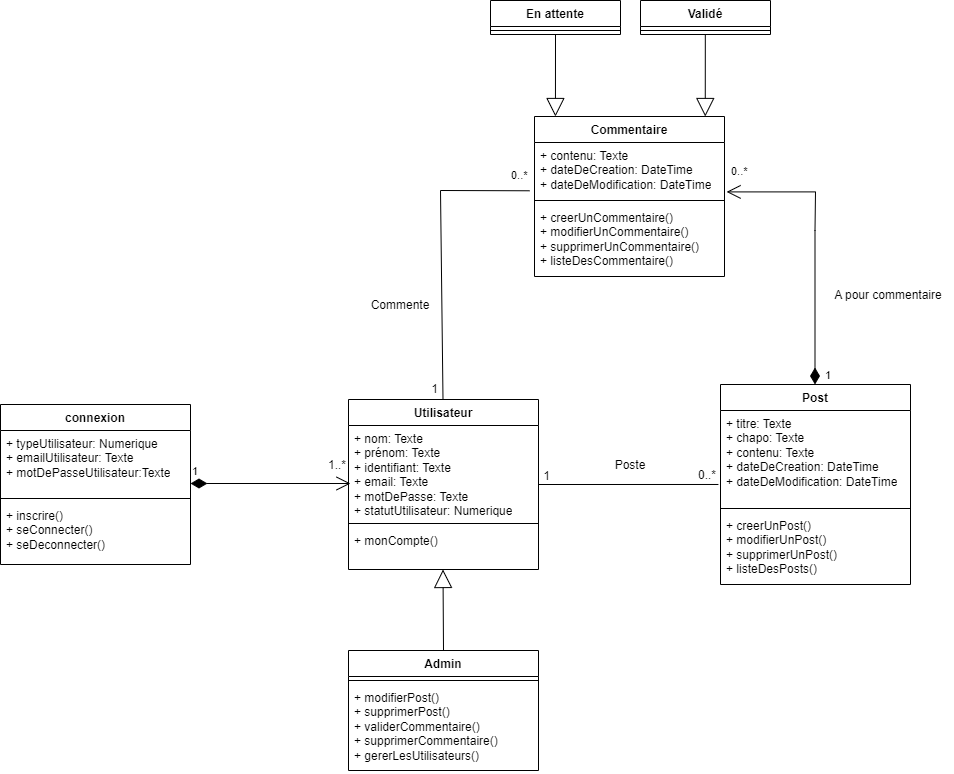
maxADev/Blog keeps this draw.io diagram as Diagrammes UML/Diagramme de classe.png. Above is the earlier version. Source tidied: cells renumbered, new cells last; positions are measured from the earlier drawing's top-left corner, leaving out a move shared by most shapes.
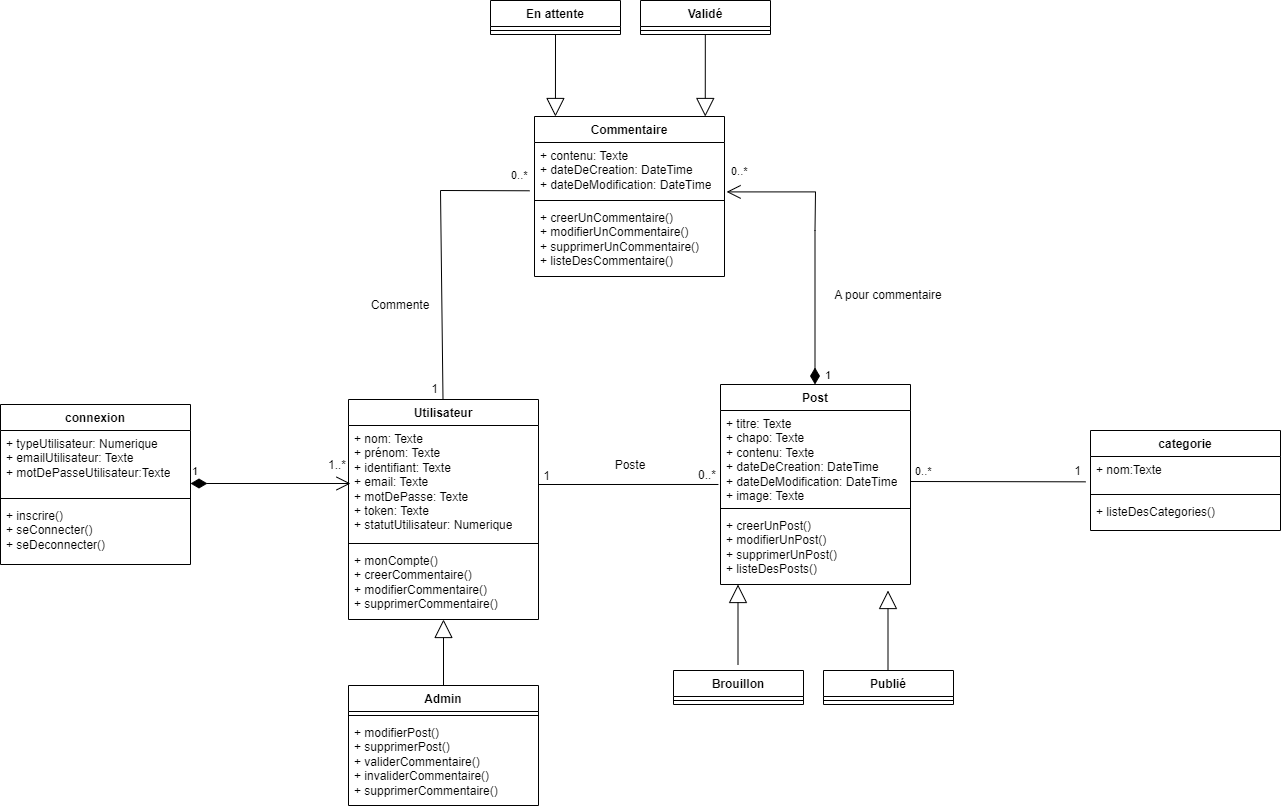
After the change.

The edit, as a diff of the source:
```diff
@@ -15,16 +15,16 @@
       <mxGeometry y="98" width="190" height="62" as="geometry" />
     </mxCell>
     <mxCell id="6" value="Utilisateur" style="swimlane;fontStyle=1;align=center;verticalAlign=top;horizontal=1;startSize=26;whiteSpace=wrap;html=1;" parent="1" vertex="1">
-      <mxGeometry x="348" y="399" width="190" height="170" as="geometry" />
+      <mxGeometry x="348" y="399" width="190" height="220" as="geometry" />
     </mxCell>
-    <mxCell id="7" value="+ nom: Texte&lt;br&gt;+ prénom: Texte&lt;br&gt;+ identifiant: Texte&lt;br&gt;+ email: Texte&lt;br&gt;+ motDePasse: Texte&lt;br&gt;+ statutUtilisateur: Numerique" style="text;strokeColor=none;fillColor=none;align=left;verticalAlign=top;spacingLeft=4;spacingRight=4;overflow=hidden;whiteSpace=wrap;html=1;" parent="6" vertex="1">
-      <mxGeometry y="26" width="190" height="94" as="geometry" />
+    <mxCell id="7" value="+ nom: Texte&lt;br&gt;+ prénom: Texte&lt;br&gt;+ identifiant: Texte&lt;br&gt;+ email: Texte&lt;br&gt;+ motDePasse: Texte&lt;br&gt;+ token: Texte&lt;br&gt;+ statutUtilisateur: Numerique" style="text;strokeColor=none;fillColor=none;align=left;verticalAlign=top;spacingLeft=4;spacingRight=4;overflow=hidden;whiteSpace=wrap;html=1;" parent="6" vertex="1">
+      <mxGeometry y="26" width="190" height="114" as="geometry" />
     </mxCell>
     <mxCell id="8" style="line;strokeWidth=1;fillColor=none;align=left;verticalAlign=middle;spacingTop=-1;spacingLeft=3;spacingRight=3;labelPosition=right;strokeColor=inherit;" parent="6" vertex="1">
-      <mxGeometry y="120" width="190" height="8" as="geometry" />
+      <mxGeometry y="140" width="190" height="8" as="geometry" />
     </mxCell>
-    <mxCell id="9" value="+ monCompte()" style="text;strokeColor=none;fillColor=none;align=left;verticalAlign=top;spacingLeft=4;spacingRight=4;overflow=hidden;points=[[0,0.5],[1,0.5]];portConstraint=eastwest;whiteSpace=wrap;html=1;" parent="6" vertex="1">
-      <mxGeometry y="128" width="190" height="42" as="geometry" />
+    <mxCell id="9" value="+ monCompte()&lt;br&gt;+ creerCommentaire()&lt;br&gt;+ modifierCommentaire()&lt;br&gt;+ supprimerCommentaire()" style="text;strokeColor=none;fillColor=none;align=left;verticalAlign=top;spacingLeft=4;spacingRight=4;overflow=hidden;points=[[0,0.5],[1,0.5]];portConstraint=eastwest;whiteSpace=wrap;html=1;" parent="6" vertex="1">
+      <mxGeometry y="148" width="190" height="72" as="geometry" />
     </mxCell>
     <mxCell id="10" value="1" style="endArrow=open;html=1;endSize=12;startArrow=diamondThin;startSize=14;startFill=1;edgeStyle=orthogonalEdgeStyle;align=left;verticalAlign=bottom;rounded=0;" parent="1" edge="1">
       <mxGeometry x="-1" y="3" relative="1" as="geometry">
@@ -36,23 +36,21 @@
       <mxGeometry x="307" y="450" width="60" height="30" as="geometry" />
     </mxCell>
     <mxCell id="12" value="Admin" style="swimlane;fontStyle=1;align=center;verticalAlign=top;horizontal=1;startSize=26;whiteSpace=wrap;html=1;" parent="1" vertex="1">
-      <mxGeometry x="348" y="650" width="190" height="120" as="geometry" />
+      <mxGeometry x="348" y="685" width="190" height="120" as="geometry" />
     </mxCell>
     <mxCell id="13" style="line;strokeWidth=1;fillColor=none;align=left;verticalAlign=middle;spacingTop=-1;spacingLeft=3;spacingRight=3;labelPosition=right;strokeColor=inherit;" parent="12" vertex="1">
       <mxGeometry y="26" width="190" height="8" as="geometry" />
     </mxCell>
-    <mxCell id="14" value="+ modifierPost()&lt;br&gt;+ supprimerPost()&lt;br&gt;+ validerCommentaire()&lt;br&gt;+ supprimerCommentaire()&lt;br&gt;+ gererLesUtilisateurs()" style="text;strokeColor=none;fillColor=none;align=left;verticalAlign=top;spacingLeft=4;spacingRight=4;overflow=hidden;whiteSpace=wrap;html=1;" parent="12" vertex="1">
+    <mxCell id="14" value="+ modifierPost()&lt;br&gt;+ supprimerPost()&lt;br&gt;+ validerCommentaire()&lt;br&gt;+ invaliderCommentaire()&lt;br&gt;+ supprimerCommentaire()" style="text;strokeColor=none;fillColor=none;align=left;verticalAlign=top;spacingLeft=4;spacingRight=4;overflow=hidden;whiteSpace=wrap;html=1;" parent="12" vertex="1">
       <mxGeometry y="34" width="190" height="86" as="geometry" />
     </mxCell>
-    <mxCell id="15" style="endArrow=block;endSize=16;endFill=0;html=1;rounded=0;exitX=0.5;exitY=0;exitDx=0;exitDy=0;" parent="1" edge="1" source="12">
-      <mxGeometry y="-33" relative="1" as="geometry">
-        <mxPoint x="442.5" y="569" as="targetPoint" />
-      </mxGeometry>
+    <mxCell id="15" style="endArrow=block;endSize=16;endFill=0;html=1;rounded=0;exitX=0.5;exitY=0;exitDx=0;exitDy=0;" parent="1" edge="1" source="12" target="9">
+      <mxGeometry y="-33" relative="1" as="geometry" />
     </mxCell>
     <mxCell id="16" value="Post" style="swimlane;fontStyle=1;align=center;verticalAlign=top;horizontal=1;startSize=26;whiteSpace=wrap;html=1;" parent="1" vertex="1">
       <mxGeometry x="720" y="384" width="190" height="200" as="geometry" />
     </mxCell>
-    <mxCell id="17" value="+ titre: Texte&lt;br&gt;+ chapo: Texte&lt;br&gt;+ contenu: Texte&lt;br&gt;+ dateDeCreation: DateTime&lt;br&gt;+ dateDeModification: DateTime" style="text;strokeColor=none;fillColor=none;align=left;verticalAlign=top;spacingLeft=4;spacingRight=4;overflow=hidden;points=[[0,0.5],[1,0.5]];portConstraint=eastwest;whiteSpace=wrap;html=1;" parent="16" vertex="1">
+    <mxCell id="17" value="+ titre: Texte&lt;br&gt;+ chapo: Texte&lt;br&gt;+ contenu: Texte&lt;br&gt;+ dateDeCreation: DateTime&lt;br&gt;+ dateDeModification: DateTime&lt;br&gt;+ image: Texte" style="text;strokeColor=none;fillColor=none;align=left;verticalAlign=top;spacingLeft=4;spacingRight=4;overflow=hidden;points=[[0,0.5],[1,0.5]];portConstraint=eastwest;whiteSpace=wrap;html=1;" parent="16" vertex="1">
       <mxGeometry y="26" width="190" height="94" as="geometry" />
     </mxCell>
     <mxCell id="18" style="line;strokeWidth=1;fillColor=none;align=left;verticalAlign=middle;spacingTop=-1;spacingLeft=3;spacingRight=3;labelPosition=right;strokeColor=inherit;" parent="16" vertex="1">
@@ -151,5 +149,57 @@
         <mxPoint x="704.8" y="116" as="targetPoint" />
       </mxGeometry>
     </mxCell>
+    <mxCell id="42" value="categorie" style="swimlane;fontStyle=1;align=center;verticalAlign=top;horizontal=1;startSize=26;whiteSpace=wrap;html=1;" parent="1" vertex="1">
+      <mxGeometry x="1090" y="430" width="190" height="100" as="geometry" />
+    </mxCell>
+    <mxCell id="43" value="+ nom:Texte" style="text;strokeColor=none;fillColor=none;align=left;verticalAlign=top;spacingLeft=4;spacingRight=4;overflow=hidden;points=[[0,0.5],[1,0.5]];portConstraint=eastwest;whiteSpace=wrap;html=1;" parent="42" vertex="1">
+      <mxGeometry y="26" width="190" height="34" as="geometry" />
+    </mxCell>
+    <mxCell id="44" style="line;strokeWidth=1;fillColor=none;align=left;verticalAlign=middle;spacingTop=-1;spacingLeft=3;spacingRight=3;labelPosition=right;strokeColor=inherit;" parent="42" vertex="1">
+      <mxGeometry y="60" width="190" height="8" as="geometry" />
+    </mxCell>
+    <mxCell id="45" value="+ listeDesCategories()" style="text;strokeColor=none;fillColor=none;align=left;verticalAlign=top;spacingLeft=4;spacingRight=4;overflow=hidden;whiteSpace=wrap;html=1;" parent="42" vertex="1">
+      <mxGeometry y="68" width="190" height="32" as="geometry" />
+    </mxCell>
+    <mxCell id="46" style="endArrow=none;html=1;rounded=0;entryX=-0.026;entryY=0.745;entryDx=0;entryDy=0;entryPerimeter=0;" parent="1" edge="1" target="43">
+      <mxGeometry relative="1" as="geometry">
+        <mxPoint x="910" y="480" as="sourcePoint" />
+        <Array as="points">
+          <mxPoint x="910" y="481" />
+        </Array>
+      </mxGeometry>
+    </mxCell>
+    <mxCell id="47" value="1" style="html=1;whiteSpace=wrap;align=right;verticalAlign=bottom;" parent="46" vertex="1">
+      <mxGeometry x="1" relative="1" as="geometry">
+        <mxPoint x="-3" y="-2" as="offset" />
+      </mxGeometry>
+    </mxCell>
+    <mxCell id="48" value="&lt;span style=&quot;font-family: Helvetica; font-size: 11px; font-style: normal; font-variant-ligatures: normal; font-variant-caps: normal; font-weight: 400; letter-spacing: normal; orphans: 2; text-align: left; text-indent: 0px; text-transform: none; widows: 2; word-spacing: 0px; -webkit-text-stroke-width: 0px; text-decoration-thickness: initial; text-decoration-style: initial; text-decoration-color: initial; float: none; display: inline !important; background-color: rgb(255, 255, 255);&quot;&gt;&lt;font style=&quot;&quot; color=&quot;#000000&quot;&gt;0..*&lt;/font&gt;&lt;/span&gt;" style="text;whiteSpace=wrap;html=1;" parent="1" vertex="1">
+      <mxGeometry x="913" y="457" width="40" height="40" as="geometry" />
+    </mxCell>
+    <mxCell id="49" value="Brouillon" style="swimlane;fontStyle=1;align=center;verticalAlign=top;horizontal=1;startSize=26;whiteSpace=wrap;html=1;" parent="1" vertex="1">
+      <mxGeometry x="673" y="670" width="130" height="34" as="geometry" />
+    </mxCell>
+    <mxCell id="50" style="line;strokeWidth=1;fillColor=none;align=left;verticalAlign=middle;spacingTop=-1;spacingLeft=3;spacingRight=3;labelPosition=right;strokeColor=inherit;" parent="49" vertex="1">
+      <mxGeometry y="26" width="130" height="8" as="geometry" />
+    </mxCell>
+    <mxCell id="51" value="Publié" style="swimlane;fontStyle=1;align=center;verticalAlign=top;horizontal=1;startSize=26;whiteSpace=wrap;html=1;" parent="1" vertex="1">
+      <mxGeometry x="823" y="670" width="130" height="34" as="geometry" />
+    </mxCell>
+    <mxCell id="52" style="line;strokeWidth=1;fillColor=none;align=left;verticalAlign=middle;spacingTop=-1;spacingLeft=3;spacingRight=3;labelPosition=right;strokeColor=inherit;" parent="51" vertex="1">
+      <mxGeometry y="26" width="130" height="8" as="geometry" />
+    </mxCell>
+    <mxCell id="53" style="endArrow=block;endSize=16;endFill=0;html=1;rounded=0;" parent="1" edge="1">
+      <mxGeometry y="-33" relative="1" as="geometry">
+        <mxPoint x="737.5" y="664" as="sourcePoint" />
+        <mxPoint x="737.5" y="584" as="targetPoint" />
+      </mxGeometry>
+    </mxCell>
+    <mxCell id="54" style="endArrow=block;endSize=16;endFill=0;html=1;rounded=0;" parent="1" edge="1">
+      <mxGeometry y="-33" relative="1" as="geometry">
+        <mxPoint x="887.5" y="670" as="sourcePoint" />
+        <mxPoint x="887.5" y="590" as="targetPoint" />
+      </mxGeometry>
+    </mxCell>
   </root>
 </mxGraphModel>
```
